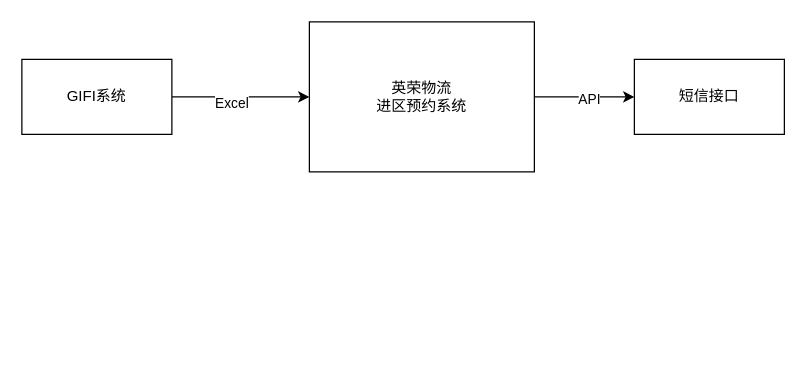
Before: page "系统上下文" (2 of 6) of shrine-doc/进区预约系统.drawio in easefulfil/CLOUDCARE, a draw.io diagram. Source tidied: cells renumbered, new cells numbered last; positions are measured from the earlier drawing's top-left corner, leaving out a move shared by most shapes. Both pictures are drawn from the tidied source at 125%, with x=0, y=0 at pixel (21, 21).
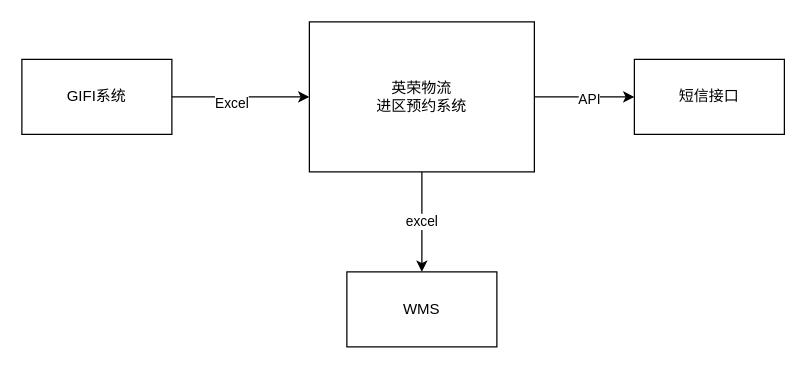
The same page after the edit.

What changed in the source:
```diff
@@
 <mxGraphModel>
   <root>
     <mxCell id="0" />
     <mxCell id="1" parent="0" />
     <mxCell id="2" style="edgeStyle=orthogonalEdgeStyle;rounded=0;jettySize=auto;html=1;" parent="1" edge="1" source="4" target="5">
       <mxGeometry relative="1" as="geometry" />
     </mxCell>
     <mxCell id="3" value="API" style="edgeLabel;html=1;align=center;verticalAlign=middle;" parent="2" vertex="1">
       <mxGeometry x="0.07" y="-1" relative="1" as="geometry" />
     </mxCell>
+    <mxCell id="9" value="excel" style="edgeStyle=orthogonalEdgeStyle;rounded=0;jettySize=auto;html=1;entryX=0.5;entryY=0;entryDx=0;entryDy=0;" parent="1" edge="1" source="4" target="10">
+      <mxGeometry relative="1" as="geometry" />
+    </mxCell>
     <mxCell id="4" value="英荣物流&lt;br&gt;进区预约系统" style="rounded=0;whiteSpace=wrap;html=1;" parent="1" vertex="1">
       <mxGeometry x="230" width="180" height="120" as="geometry" />
     </mxCell>
     <mxCell id="5" value="短信接口" style="rounded=0;whiteSpace=wrap;html=1;" parent="1" vertex="1">
       <mxGeometry x="490" y="30" width="120" height="60" as="geometry" />
     </mxCell>
     <mxCell id="6" style="edgeStyle=orthogonalEdgeStyle;rounded=0;jettySize=auto;html=1;" parent="1" edge="1" source="8" target="4">
       <mxGeometry relative="1" as="geometry" />
     </mxCell>
     <mxCell id="7" value="Excel" style="edgeLabel;html=1;align=center;verticalAlign=middle;" parent="6" vertex="1">
       <mxGeometry x="-0.15" y="-4" relative="1" as="geometry" />
     </mxCell>
     <mxCell id="8" value="GIFI系统" style="rounded=0;whiteSpace=wrap;html=1;" parent="1" vertex="1">
       <mxGeometry y="30" width="120" height="60" as="geometry" />
     </mxCell>
+    <mxCell id="10" value="WMS" style="rounded=0;whiteSpace=wrap;html=1;" parent="1" vertex="1">
+      <mxGeometry x="260" y="200" width="120" height="60" as="geometry" />
+    </mxCell>
   </root>
 </mxGraphModel>
```
